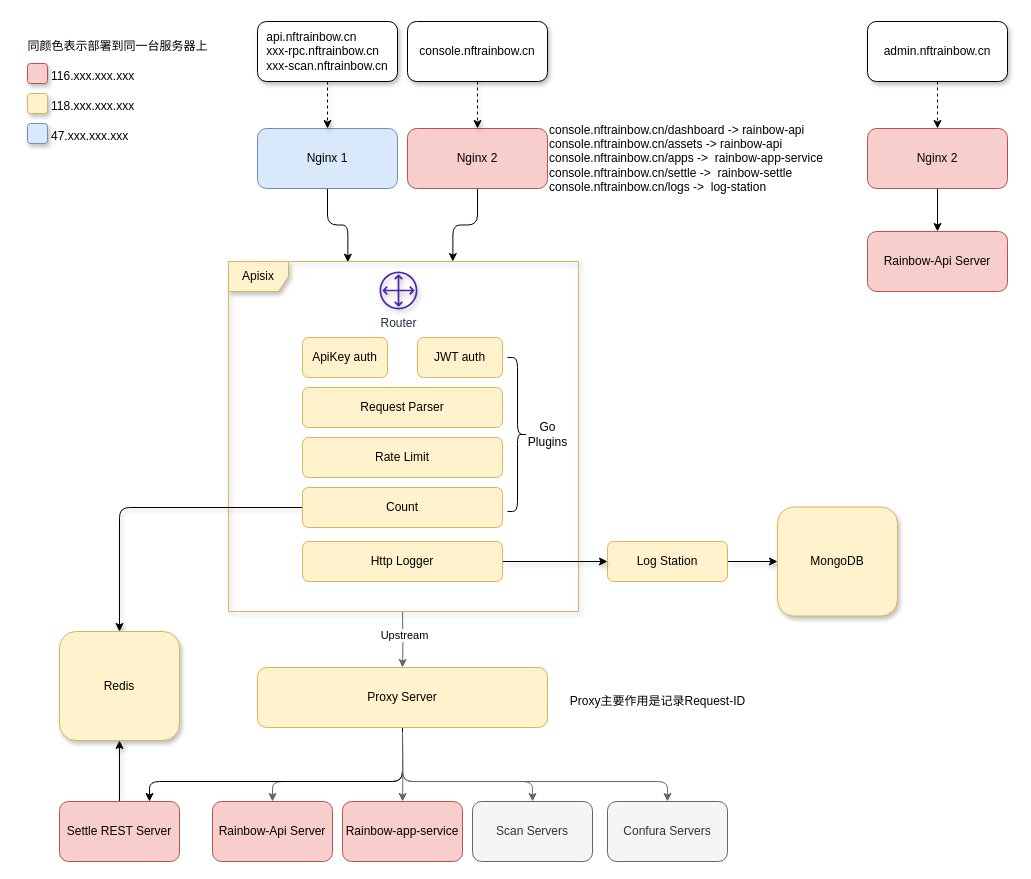
This is doc/fiat-gateway.drawio from nft-rainbow/rainbow-apisix, a draw.io file, before an edit. Source tidied: cells renumbered, new cells numbered last; positions are measured from the earlier drawing's top-left corner, leaving out a move shared by most shapes. Both pictures are drawn from the tidied source at 100%, with x=0, y=0 at pixel (17, 21).
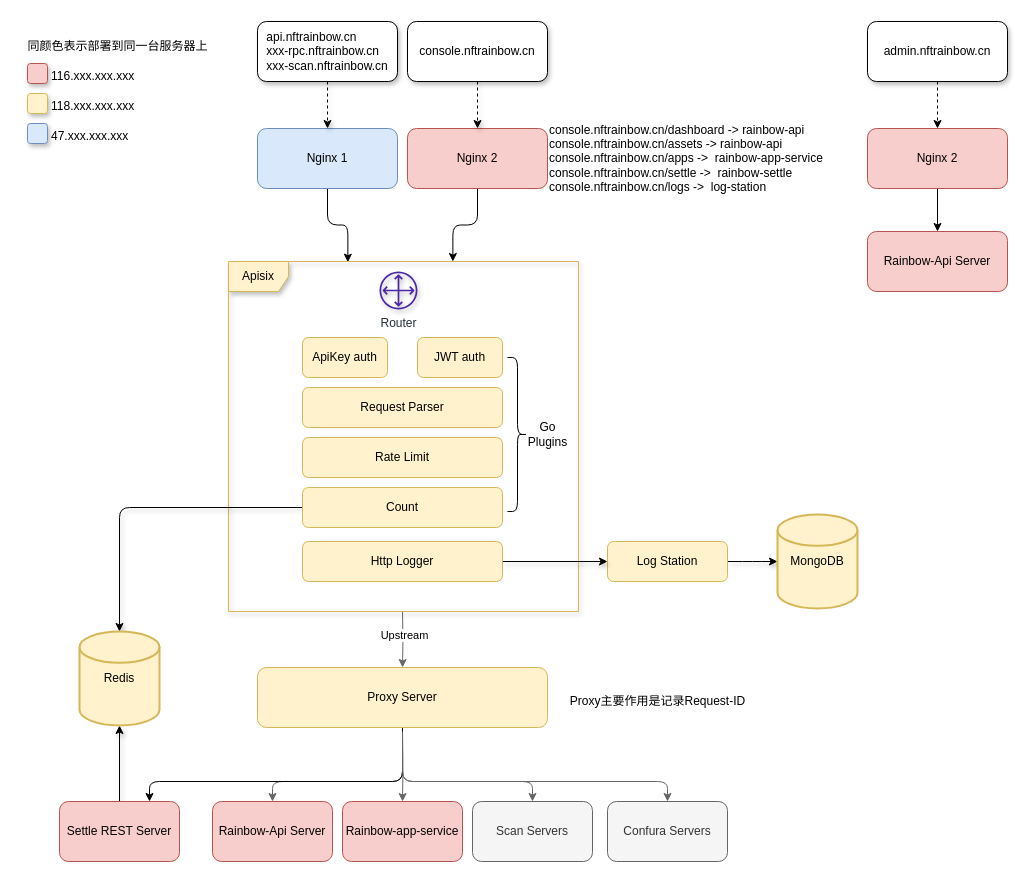
The same page after the edit.

Unchanged cells that the change refers to:
```xml
<mxCell id="19" value="Count" style="rounded=1;whiteSpace=wrap;html=1;fillColor=#fff2cc;strokeColor=#d6b656;" parent="1" vertex="1">
  <mxGeometry x="285" y="466" width="200" height="40" as="geometry" />
</mxCell>
<mxCell id="27" value="Settle REST Server" style="rounded=1;whiteSpace=wrap;html=1;fillColor=#f8cecc;strokeColor=#b85450;" parent="1" vertex="1">
  <mxGeometry x="42" y="780" width="120" height="60" as="geometry" />
</mxCell>
<mxCell id="29" value="Log Station" style="rounded=1;whiteSpace=wrap;html=1;fillColor=#fff2cc;strokeColor=#d6b656;" parent="1" vertex="1">
  <mxGeometry x="590" y="520" width="120" height="40" as="geometry" />
</mxCell>
```

Diff of the diagram source:
```diff
@@
-    <mxCell id="18" style="edgeStyle=orthogonalEdgeStyle;rounded=1;jettySize=auto;html=1;shadow=1;entryX=0.5;entryY=0;entryDx=0;entryDy=0;" parent="1" edge="1" source="19" target="32">
+    <mxCell id="18" style="edgeStyle=orthogonalEdgeStyle;rounded=1;jettySize=auto;html=1;shadow=1;" parent="1" edge="1" source="19" target="32">
       <mxGeometry relative="1" as="geometry" />
     </mxCell>
@@
-    <mxCell id="26" style="edgeStyle=orthogonalEdgeStyle;rounded=1;jettySize=auto;html=1;shadow=1;entryX=0.5;entryY=1;entryDx=0;entryDy=0;" parent="1" edge="1" source="27" target="32">
+    <mxCell id="26" style="edgeStyle=orthogonalEdgeStyle;rounded=1;jettySize=auto;html=1;shadow=1;entryX=0.5;entryY=1;entryDx=0;entryDy=0;entryPerimeter=0;" parent="1" edge="1" source="27" target="32">
       <mxGeometry relative="1" as="geometry" />
     </mxCell>
@@
-    <mxCell id="28" style="edgeStyle=orthogonalEdgeStyle;rounded=1;jettySize=auto;html=1;shadow=1;" parent="1" edge="1" source="29" target="33">
-      <mxGeometry relative="1" as="geometry" />
+    <mxCell id="28" style="edgeStyle=orthogonalEdgeStyle;rounded=1;jettySize=auto;html=1;shadow=1;" parent="1" edge="1" source="29">
+      <mxGeometry relative="1" as="geometry">
+        <mxPoint x="760" y="540" as="targetPoint" />
+      </mxGeometry>
     </mxCell>
@@
-    <mxCell id="32" value="Redis" style="rounded=1;whiteSpace=wrap;html=1;shadow=1;fillColor=#fff2cc;strokeColor=#d6b656;" parent="1" vertex="1">
-      <mxGeometry x="42" y="610" width="120" height="109" as="geometry" />
-    </mxCell>
-    <mxCell id="33" value="MongoDB" style="rounded=1;whiteSpace=wrap;html=1;shadow=1;fillColor=#fff2cc;strokeColor=#d6b656;" parent="1" vertex="1">
-      <mxGeometry x="760" y="485.5" width="120" height="109" as="geometry" />
-    </mxCell>
@@
+    <mxCell id="33" value="MongoDB" style="strokeWidth=2;html=1;shape=mxgraph.flowchart.database;whiteSpace=wrap;fillColor=#fff2cc;strokeColor=#d6b656;" parent="1" vertex="1">
+      <mxGeometry x="760" y="493" width="80" height="94" as="geometry" />
+    </mxCell>
+    <mxCell id="32" value="Redis" style="strokeWidth=2;html=1;shape=mxgraph.flowchart.database;whiteSpace=wrap;fillColor=#fff2cc;strokeColor=#d6b656;" parent="1" vertex="1">
+      <mxGeometry x="62" y="610" width="80" height="94" as="geometry" />
+    </mxCell>
```
